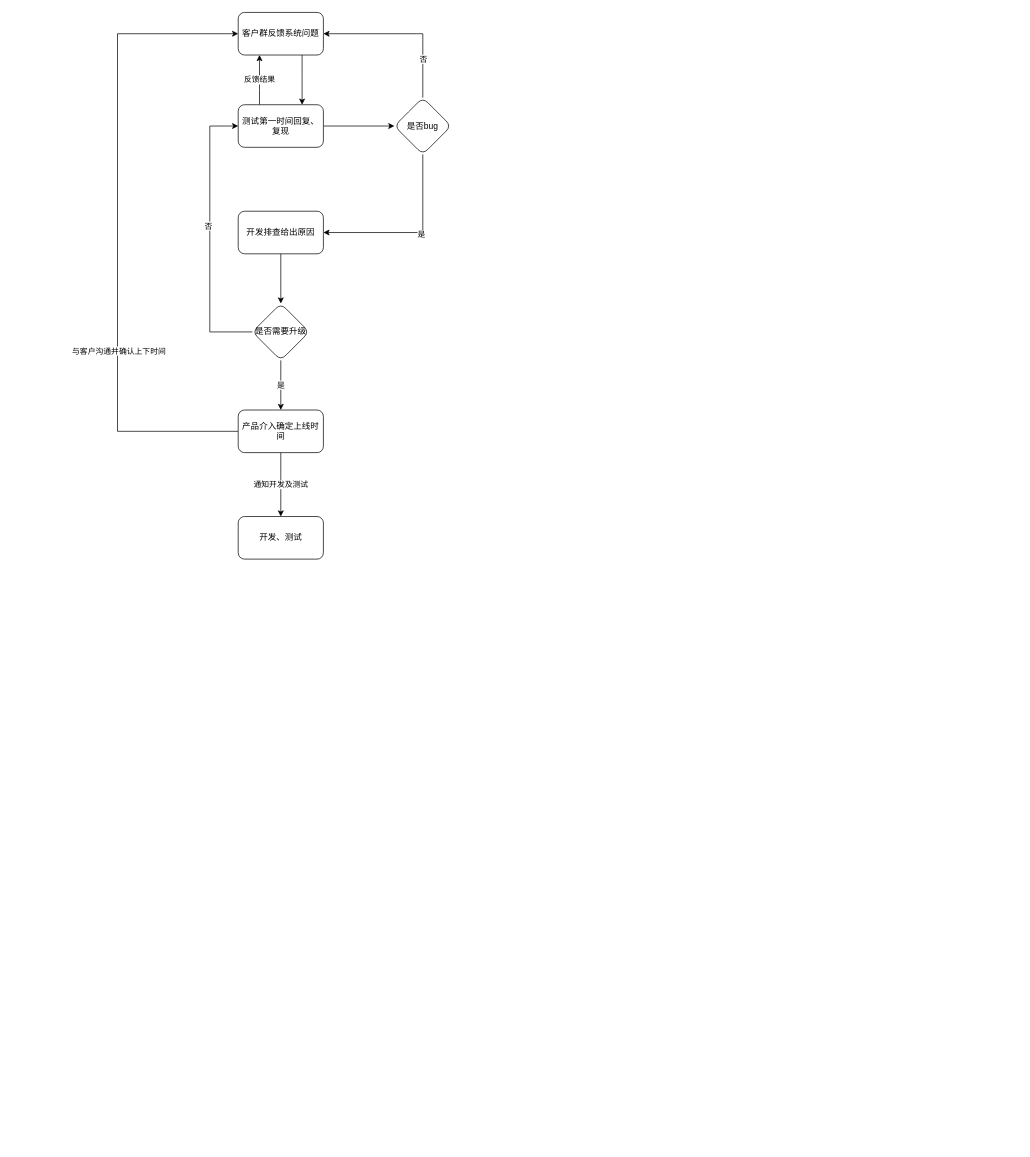
Above: 测试、开发、产品协作流程图.drawio in ammengke/my-drawio (draw.io), before the change. Source tidied: cells renumbered, new cells numbered last; positions are measured from the earlier drawing's top-left corner, leaving out a move shared by most shapes. Both pictures are drawn from the tidied source at 71%, with x=0, y=0 at pixel (117, 12).
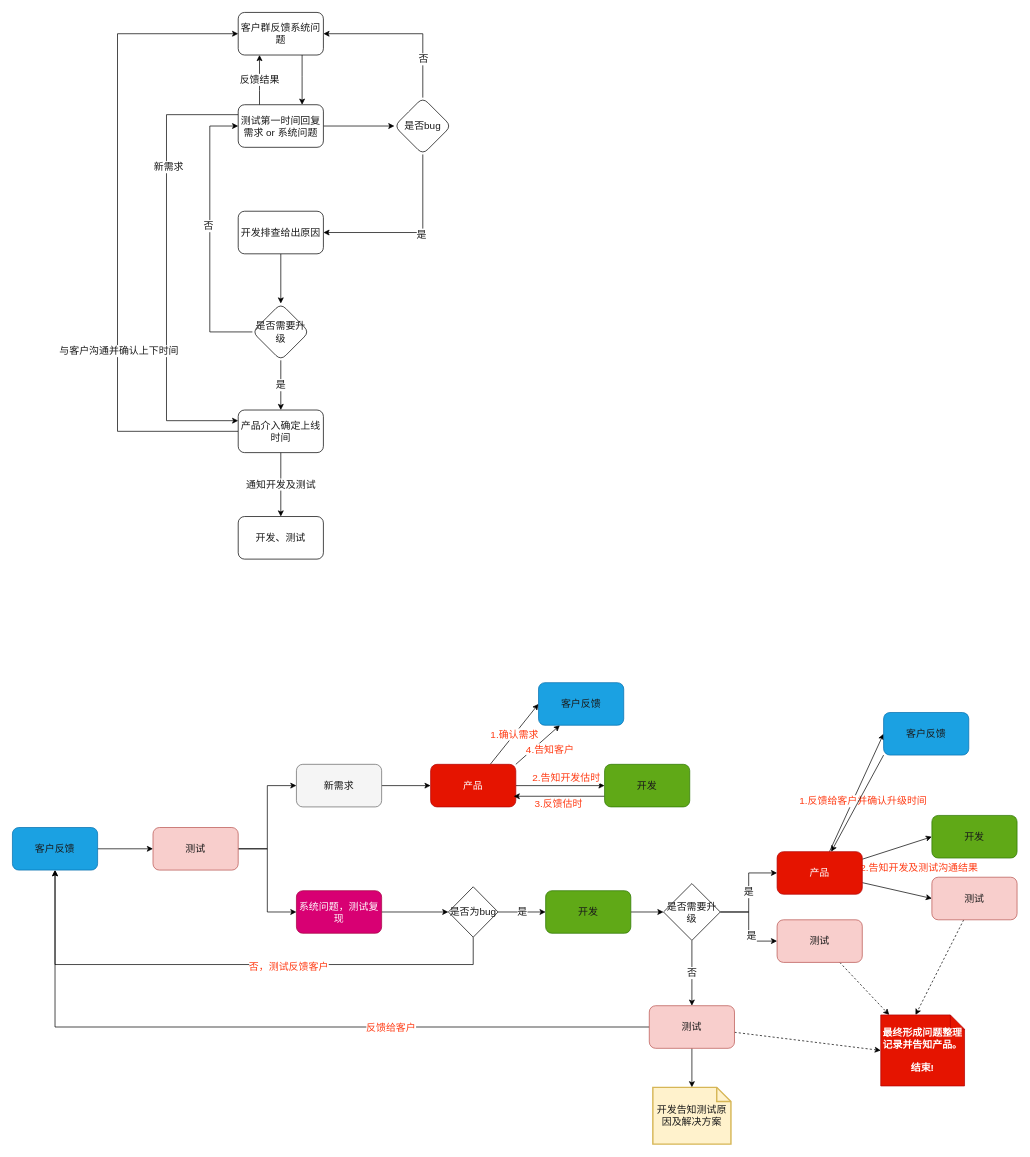
The same page after the edit.

Commit message:
Update 测试、开发、产品协作流程图.drawio

Diff of the diagram source:
```diff
@@
-    <mxCell id="2" style="edgeStyle=orthogonalEdgeStyle;rounded=0;jettySize=auto;html=1;" parent="1" edge="1" source="3" target="6">
+    <mxCell id="2" style="edgeStyle=orthogonalEdgeStyle;rounded=0;jettySize=auto;html=1;fontColor=#1A1A1A;fontSize=14;" parent="1" edge="1" source="3" target="6">
       <mxGeometry relative="1" as="geometry">
         <Array as="points">
           <mxPoint x="260" y="90" />
           <mxPoint x="260" y="90" />
         </Array>
       </mxGeometry>
     </mxCell>
-    <mxCell id="3" value="客户群反馈系统问题" style="rounded=1;whiteSpace=wrap;html=1;" parent="1" vertex="1">
+    <mxCell id="3" value="客户群反馈系统问题" style="rounded=1;whiteSpace=wrap;html=1;fontColor=#1A1A1A;fontSize=14;" parent="1" vertex="1">
       <mxGeometry x="170" width="120" height="60" as="geometry" />
     </mxCell>
-    <mxCell id="4" style="edgeStyle=orthogonalEdgeStyle;rounded=0;jettySize=auto;html=1;" parent="1" edge="1" source="6" target="13">
+    <mxCell id="4" style="edgeStyle=orthogonalEdgeStyle;rounded=0;jettySize=auto;html=1;fontColor=#1A1A1A;fontSize=14;" parent="1" edge="1" source="6" target="13">
       <mxGeometry relative="1" as="geometry" />
     </mxCell>
-    <mxCell id="5" value="反馈结果" style="edgeStyle=orthogonalEdgeStyle;rounded=0;jettySize=auto;html=1;entryX=0.25;entryY=1;entryDx=0;entryDy=0;" parent="1" edge="1" source="6" target="3">
+    <mxCell id="5" value="反馈结果" style="edgeStyle=orthogonalEdgeStyle;rounded=0;jettySize=auto;html=1;entryX=0.25;entryY=1;entryDx=0;entryDy=0;fontColor=#1A1A1A;fontSize=14;" parent="1" edge="1" source="6" target="3">
       <mxGeometry relative="1" as="geometry">
         <Array as="points">
           <mxPoint x="200" y="110" />
           <mxPoint x="200" y="110" />
         </Array>
       </mxGeometry>
     </mxCell>
+    <mxCell id="23" style="edgeStyle=orthogonalEdgeStyle;rounded=0;jettySize=auto;html=1;entryX=0;entryY=0.25;entryDx=0;entryDy=0;fontColor=#1A1A1A;fontSize=14;" parent="1" edge="1" source="6" target="21">
+      <mxGeometry relative="1" as="geometry">
+        <Array as="points">
+          <mxPoint x="69" y="144" />
+          <mxPoint x="69" y="575" />
+        </Array>
+      </mxGeometry>
+    </mxCell>
+    <mxCell id="24" value="新需求" style="edgeLabel;html=1;align=center;verticalAlign=middle;fontColor=#1A1A1A;fontSize=14;" parent="23" vertex="1">
+      <mxGeometry x="-0.45" y="2" relative="1" as="geometry" />
+    </mxCell>
-    <mxCell id="6" value="测试第一时间回复、复现" style="rounded=1;whiteSpace=wrap;html=1;" parent="1" vertex="1">
+    <mxCell id="6" value="测试第一时间回复&lt;br style=&quot;font-size: 14px;&quot;&gt;&lt;font style=&quot;font-size: 14px;&quot;&gt;需求 or 系统问题&lt;/font&gt;" style="rounded=1;whiteSpace=wrap;html=1;fontColor=#1A1A1A;fontSize=14;" parent="1" vertex="1">
       <mxGeometry x="170" y="130" width="120" height="60" as="geometry" />
     </mxCell>
-    <mxCell id="7" style="edgeStyle=orthogonalEdgeStyle;rounded=0;jettySize=auto;html=1;" parent="1" edge="1" source="8" target="17">
+    <mxCell id="7" style="edgeStyle=orthogonalEdgeStyle;rounded=0;jettySize=auto;html=1;fontColor=#1A1A1A;fontSize=14;" parent="1" edge="1" source="8" target="17">
       <mxGeometry relative="1" as="geometry" />
     </mxCell>
-    <mxCell id="8" value="开发排查给出原因" style="rounded=1;whiteSpace=wrap;html=1;" parent="1" vertex="1">
+    <mxCell id="8" value="开发排查给出原因" style="rounded=1;whiteSpace=wrap;html=1;fontColor=#1A1A1A;fontSize=14;" parent="1" vertex="1">
       <mxGeometry x="170" y="280" width="120" height="60" as="geometry" />
     </mxCell>
-    <mxCell id="9" style="edgeStyle=orthogonalEdgeStyle;rounded=0;jettySize=auto;html=1;" parent="1" edge="1" source="13" target="8">
+    <mxCell id="9" style="edgeStyle=orthogonalEdgeStyle;rounded=0;jettySize=auto;html=1;fontColor=#1A1A1A;fontSize=14;" parent="1" edge="1" source="13" target="8">
       <mxGeometry relative="1" as="geometry">
         <Array as="points">
           <mxPoint x="430" y="310" />
         </Array>
       </mxGeometry>
     </mxCell>
-    <mxCell id="10" value="是" style="edgeLabel;html=1;align=center;verticalAlign=middle;" parent="9" vertex="1">
+    <mxCell id="10" value="是" style="edgeLabel;html=1;align=center;verticalAlign=middle;fontColor=#1A1A1A;fontSize=14;" parent="9" vertex="1">
       <mxGeometry x="-0.1" y="2" relative="1" as="geometry" />
     </mxCell>
-    <mxCell id="11" style="edgeStyle=orthogonalEdgeStyle;rounded=0;jettySize=auto;html=1;entryX=1;entryY=0.5;entryDx=0;entryDy=0;" parent="1" edge="1" source="13" target="3">
+    <mxCell id="11" style="edgeStyle=orthogonalEdgeStyle;rounded=0;jettySize=auto;html=1;entryX=1;entryY=0.5;entryDx=0;entryDy=0;fontColor=#1A1A1A;fontSize=14;" parent="1" edge="1" source="13" target="3">
       <mxGeometry relative="1" as="geometry">
         <Array as="points">
           <mxPoint x="430" y="30" />
         </Array>
       </mxGeometry>
     </mxCell>
-    <mxCell id="12" value="否" style="edgeLabel;html=1;align=center;verticalAlign=middle;" parent="11" vertex="1">
+    <mxCell id="12" value="否" style="edgeLabel;html=1;align=center;verticalAlign=middle;fontColor=#1A1A1A;fontSize=14;" parent="11" vertex="1">
       <mxGeometry x="-0.52" relative="1" as="geometry" />
     </mxCell>
-    <mxCell id="13" value="是否bug" style="rhombus;whiteSpace=wrap;html=1;rounded=1;" parent="1" vertex="1">
+    <mxCell id="13" value="是否bug" style="rhombus;whiteSpace=wrap;html=1;rounded=1;fontColor=#1A1A1A;fontSize=14;" parent="1" vertex="1">
       <mxGeometry x="390" y="120" width="80" height="80" as="geometry" />
     </mxCell>
-    <mxCell id="14" style="edgeStyle=orthogonalEdgeStyle;rounded=0;jettySize=auto;html=1;entryX=0;entryY=0.5;entryDx=0;entryDy=0;" parent="1" edge="1" source="17" target="6">
+    <mxCell id="14" style="edgeStyle=orthogonalEdgeStyle;rounded=0;jettySize=auto;html=1;entryX=0;entryY=0.5;entryDx=0;entryDy=0;fontColor=#1A1A1A;fontSize=14;" parent="1" edge="1" source="17" target="6">
       <mxGeometry relative="1" as="geometry">
         <Array as="points">
           <mxPoint x="130" y="450" />
           <mxPoint x="130" y="160" />
         </Array>
       </mxGeometry>
     </mxCell>
-    <mxCell id="15" value="否" style="edgeLabel;html=1;align=center;verticalAlign=middle;" parent="14" vertex="1">
+    <mxCell id="15" value="否" style="edgeLabel;html=1;align=center;verticalAlign=middle;fontColor=#1A1A1A;fontSize=14;" parent="14" vertex="1">
       <mxGeometry x="-0.36" y="3" relative="1" as="geometry">
         <mxPoint y="-85" as="offset" />
       </mxGeometry>
     </mxCell>
-    <mxCell id="16" value="是" style="edgeStyle=orthogonalEdgeStyle;rounded=0;jettySize=auto;html=1;" parent="1" edge="1" source="17" target="21">
+    <mxCell id="16" value="是" style="edgeStyle=orthogonalEdgeStyle;rounded=0;jettySize=auto;html=1;fontColor=#1A1A1A;fontSize=14;" parent="1" edge="1" source="17" target="21">
       <mxGeometry relative="1" as="geometry" />
     </mxCell>
-    <mxCell id="17" value="是否需要升级" style="rhombus;whiteSpace=wrap;html=1;rounded=1;" parent="1" vertex="1">
+    <mxCell id="17" value="是否需要升级" style="rhombus;whiteSpace=wrap;html=1;rounded=1;fontColor=#1A1A1A;fontSize=14;" parent="1" vertex="1">
       <mxGeometry x="190" y="410" width="80" height="80" as="geometry" />
     </mxCell>
-    <mxCell id="18" style="edgeStyle=orthogonalEdgeStyle;rounded=0;jettySize=auto;html=1;entryX=0;entryY=0.5;entryDx=0;entryDy=0;" parent="1" edge="1" source="21" target="3">
+    <mxCell id="18" style="edgeStyle=orthogonalEdgeStyle;rounded=0;jettySize=auto;html=1;entryX=0;entryY=0.5;entryDx=0;entryDy=0;fontColor=#1A1A1A;fontSize=14;" parent="1" edge="1" source="21" target="3">
       <mxGeometry relative="1" as="geometry">
         <Array as="points">
           <mxPoint y="590" />
           <mxPoint y="30" />
         </Array>
       </mxGeometry>
     </mxCell>
-    <mxCell id="19" value="与客户沟通并确认上下时间" style="edgeLabel;html=1;align=center;verticalAlign=middle;" parent="18" vertex="1">
+    <mxCell id="19" value="与客户沟通并确认上下时间" style="edgeLabel;html=1;align=center;verticalAlign=middle;fontColor=#1A1A1A;fontSize=14;" parent="18" vertex="1">
       <mxGeometry x="-0.37" y="-1" relative="1" as="geometry" />
     </mxCell>
-    <mxCell id="20" value="通知开发及测试" style="edgeStyle=orthogonalEdgeStyle;rounded=0;jettySize=auto;html=1;" parent="1" edge="1" source="21" target="22">
+    <mxCell id="20" value="通知开发及测试" style="edgeStyle=orthogonalEdgeStyle;rounded=0;jettySize=auto;html=1;fontColor=#1A1A1A;fontSize=14;" parent="1" edge="1" source="21" target="22">
       <mxGeometry relative="1" as="geometry" />
     </mxCell>
-    <mxCell id="21" value="产品介入确定上线时间" style="rounded=1;whiteSpace=wrap;html=1;" parent="1" vertex="1">
+    <mxCell id="21" value="产品介入确定上线时间" style="rounded=1;whiteSpace=wrap;html=1;fontColor=#1A1A1A;fontSize=14;" parent="1" vertex="1">
       <mxGeometry x="170" y="560" width="120" height="60" as="geometry" />
     </mxCell>
-    <mxCell id="22" value="开发、测试" style="rounded=1;whiteSpace=wrap;html=1;" parent="1" vertex="1">
+    <mxCell id="22" value="开发、测试" style="rounded=1;whiteSpace=wrap;html=1;fontColor=#1A1A1A;fontSize=14;" parent="1" vertex="1">
       <mxGeometry x="170" y="710" width="120" height="60" as="geometry" />
     </mxCell>
+    <mxCell id="25" style="edgeStyle=orthogonalEdgeStyle;rounded=0;jettySize=auto;html=1;fontColor=#1A1A1A;fontSize=14;" parent="1" edge="1" source="26" target="29">
+      <mxGeometry relative="1" as="geometry" />
+    </mxCell>
+    <mxCell id="26" value="客户反馈" style="rounded=1;whiteSpace=wrap;html=1;fontColor=#1A1A1A;fillColor=#1ba1e2;strokeColor=#006EAF;fontSize=14;" parent="1" vertex="1">
+      <mxGeometry x="-148" y="1148" width="120" height="60" as="geometry" />
+    </mxCell>
+    <mxCell id="27" style="edgeStyle=orthogonalEdgeStyle;rounded=0;jettySize=auto;html=1;entryX=0;entryY=0.5;entryDx=0;entryDy=0;fontColor=#1A1A1A;fontSize=14;" parent="1" edge="1" source="29" target="31">
+      <mxGeometry relative="1" as="geometry" />
+    </mxCell>
+    <mxCell id="28" style="edgeStyle=orthogonalEdgeStyle;rounded=0;jettySize=auto;html=1;entryX=0;entryY=0.5;entryDx=0;entryDy=0;fontColor=#1A1A1A;fontSize=14;" parent="1" edge="1" source="29" target="33">
+      <mxGeometry relative="1" as="geometry" />
+    </mxCell>
+    <mxCell id="29" value="测试" style="rounded=1;whiteSpace=wrap;html=1;fillColor=#f8cecc;strokeColor=#b85450;fontColor=#1A1A1A;fontSize=14;" parent="1" vertex="1">
+      <mxGeometry x="50" y="1148" width="120" height="60" as="geometry" />
+    </mxCell>
+    <mxCell id="30" style="edgeStyle=none;rounded=0;jettySize=auto;html=1;entryX=0;entryY=0.5;entryDx=0;entryDy=0;fontColor=#1A1A1A;fontSize=14;" parent="1" edge="1" source="31" target="67">
+      <mxGeometry relative="1" as="geometry" />
+    </mxCell>
+    <mxCell id="31" value="新需求" style="rounded=1;whiteSpace=wrap;html=1;fontColor=#1A1A1A;fillColor=#f5f5f5;strokeColor=#666666;fontSize=14;" parent="1" vertex="1">
+      <mxGeometry x="252" y="1059" width="120" height="60" as="geometry" />
+    </mxCell>
+    <mxCell id="32" style="edgeStyle=orthogonalEdgeStyle;rounded=0;jettySize=auto;html=1;fontColor=#1A1A1A;fontSize=14;" parent="1" edge="1" source="33" target="37">
+      <mxGeometry relative="1" as="geometry" />
+    </mxCell>
+    <mxCell id="33" value="系统问题，测试复现" style="rounded=1;whiteSpace=wrap;html=1;fontColor=#FFFFFF;fillColor=#d80073;strokeColor=#A50040;fontSize=14;" parent="1" vertex="1">
+      <mxGeometry x="252" y="1237" width="120" height="60" as="geometry" />
+    </mxCell>
+    <mxCell id="34" value="是" style="edgeStyle=orthogonalEdgeStyle;rounded=0;jettySize=auto;html=1;fontColor=#1A1A1A;fontSize=14;" parent="1" edge="1" source="37" target="39">
+      <mxGeometry relative="1" as="geometry" />
+    </mxCell>
+    <mxCell id="35" style="edgeStyle=orthogonalEdgeStyle;rounded=0;jettySize=auto;html=1;entryX=0.5;entryY=1;entryDx=0;entryDy=0;fontColor=#1A1A1A;fontSize=14;" parent="1" edge="1" source="37" target="26">
+      <mxGeometry relative="1" as="geometry">
+        <Array as="points">
+          <mxPoint x="501" y="1341" />
+          <mxPoint x="-88" y="1341" />
+        </Array>
+      </mxGeometry>
+    </mxCell>
+    <mxCell id="36" value="否，测试反馈客户" style="edgeLabel;html=1;align=center;verticalAlign=middle;fontColor=#FF3B14;fontSize=14;" parent="35" vertex="1">
+      <mxGeometry x="-0.21" y="2" relative="1" as="geometry">
+        <mxPoint x="1" as="offset" />
+      </mxGeometry>
+    </mxCell>
+    <mxCell id="37" value="是否为bug" style="rhombus;whiteSpace=wrap;html=1;fontColor=#1A1A1A;fontSize=14;" parent="1" vertex="1">
+      <mxGeometry x="466" y="1231.5" width="70" height="71" as="geometry" />
+    </mxCell>
+    <mxCell id="38" style="edgeStyle=orthogonalEdgeStyle;rounded=0;jettySize=auto;html=1;entryX=0;entryY=0.5;entryDx=0;entryDy=0;fontColor=#1A1A1A;fontSize=14;" parent="1" edge="1" source="39" target="44">
+      <mxGeometry relative="1" as="geometry" />
+    </mxCell>
+    <mxCell id="39" value="开发" style="rounded=1;whiteSpace=wrap;html=1;fontColor=#1A1A1A;fillColor=#60a917;strokeColor=#2D7600;fontSize=14;" parent="1" vertex="1">
+      <mxGeometry x="603" y="1237" width="120" height="60" as="geometry" />
+    </mxCell>
+    <mxCell id="40" value="是" style="edgeStyle=orthogonalEdgeStyle;rounded=0;jettySize=auto;html=1;entryX=0;entryY=0.5;entryDx=0;entryDy=0;fontColor=#1A1A1A;fontSize=14;" parent="1" edge="1" source="44" target="48">
+      <mxGeometry relative="1" as="geometry" />
+    </mxCell>
+    <mxCell id="41" value="否" style="edgeStyle=orthogonalEdgeStyle;rounded=0;jettySize=auto;html=1;fontColor=#1A1A1A;fontSize=14;" parent="1" edge="1" source="44" target="53">
+      <mxGeometry relative="1" as="geometry" />
+    </mxCell>
+    <mxCell id="42" style="edgeStyle=orthogonalEdgeStyle;rounded=0;jettySize=auto;html=1;entryX=0;entryY=0.5;entryDx=0;entryDy=0;fontColor=#1A1A1A;fontSize=14;" parent="1" edge="1" source="44" target="55">
+      <mxGeometry relative="1" as="geometry" />
+    </mxCell>
+    <mxCell id="43" value="是" style="edgeLabel;html=1;align=center;verticalAlign=middle;fontColor=#1A1A1A;fontSize=14;" parent="42" vertex="1">
+      <mxGeometry x="0.21" y="3" relative="1" as="geometry" />
+    </mxCell>
+    <mxCell id="44" value="是否需要升级" style="rhombus;whiteSpace=wrap;html=1;fontColor=#1A1A1A;fontSize=14;" parent="1" vertex="1">
+      <mxGeometry x="769" y="1227" width="80" height="80" as="geometry" />
+    </mxCell>
+    <mxCell id="45" value="1.反馈给客户并确认升级时间" style="rounded=0;jettySize=auto;html=1;entryX=0;entryY=0.5;entryDx=0;entryDy=0;fontColor=#FF3B14;fontSize=14;" parent="1" edge="1" source="48" target="58">
+      <mxGeometry x="-0.08" y="-13" relative="1" as="geometry" />
+    </mxCell>
+    <mxCell id="46" value="2.告知开发及测试沟通结果" style="edgeStyle=none;rounded=0;jettySize=auto;html=1;entryX=0;entryY=0.5;entryDx=0;entryDy=0;fontColor=#FF3B14;fontSize=14;" parent="1" edge="1" source="48" target="59">
+      <mxGeometry x="0.39" y="-36" relative="1" as="geometry" />
+    </mxCell>
+    <mxCell id="47" style="edgeStyle=none;rounded=0;jettySize=auto;html=1;entryX=0;entryY=0.5;entryDx=0;entryDy=0;fontColor=#1A1A1A;fontSize=14;" parent="1" edge="1" source="48" target="61">
+      <mxGeometry relative="1" as="geometry" />
+    </mxCell>
+    <mxCell id="48" value="产品" style="rounded=1;whiteSpace=wrap;html=1;fontColor=#FFFFFF;fillColor=#e51400;strokeColor=#B20000;fontSize=14;" parent="1" vertex="1">
+      <mxGeometry x="929" y="1182" width="120" height="60" as="geometry" />
+    </mxCell>
+    <mxCell id="49" style="edgeStyle=orthogonalEdgeStyle;rounded=0;jettySize=auto;html=1;fontColor=#1A1A1A;fontSize=14;" parent="1" edge="1" source="53" target="26">
+      <mxGeometry relative="1" as="geometry" />
+    </mxCell>
+    <mxCell id="50" value="反馈给客户" style="edgeLabel;html=1;align=center;verticalAlign=middle;fontColor=#FF3B14;fontSize=14;" parent="49" vertex="1">
+      <mxGeometry x="-0.31" relative="1" as="geometry" />
+    </mxCell>
+    <mxCell id="51" style="edgeStyle=orthogonalEdgeStyle;rounded=0;jettySize=auto;html=1;fontColor=#1A1A1A;fontSize=14;" parent="1" edge="1" source="53" target="56">
+      <mxGeometry relative="1" as="geometry" />
+    </mxCell>
+    <mxCell id="52" style="edgeStyle=none;rounded=0;jettySize=auto;html=1;entryX=0;entryY=0.5;entryDx=0;entryDy=0;entryPerimeter=0;fontSize=14;fontColor=#FF3B14;dashed=1;" parent="1" edge="1" source="53" target="71">
+      <mxGeometry relative="1" as="geometry" />
+    </mxCell>
+    <mxCell id="53" value="测试" style="rounded=1;whiteSpace=wrap;html=1;fillColor=#f8cecc;strokeColor=#b85450;fontColor=#1A1A1A;fontSize=14;" parent="1" vertex="1">
+      <mxGeometry x="749" y="1399" width="120" height="60" as="geometry" />
+    </mxCell>
+    <mxCell id="54" style="edgeStyle=none;rounded=0;jettySize=auto;html=1;dashed=1;fontSize=14;fontColor=#FF3B14;" parent="1" edge="1" source="55" target="71">
+      <mxGeometry relative="1" as="geometry" />
+    </mxCell>
+    <mxCell id="55" value="测试" style="rounded=1;whiteSpace=wrap;html=1;fillColor=#f8cecc;strokeColor=#b85450;fontColor=#1A1A1A;fontSize=14;" parent="1" vertex="1">
+      <mxGeometry x="929" y="1278" width="120" height="60" as="geometry" />
+    </mxCell>
+    <mxCell id="56" value="开发告知测试原因及解决方案" style="shape=note;strokeWidth=2;fontSize=14;size=20;whiteSpace=wrap;html=1;fillColor=#fff2cc;strokeColor=#d6b656;fontColor=#1A1A1A;" parent="1" vertex="1">
+      <mxGeometry x="754" y="1514" width="110" height="80" as="geometry" />
+    </mxCell>
+    <mxCell id="57" style="edgeStyle=none;rounded=0;jettySize=auto;html=1;fontColor=#1A1A1A;exitX=0;exitY=1;exitDx=0;exitDy=0;fontSize=14;" parent="1" edge="1" source="58" target="48">
+      <mxGeometry relative="1" as="geometry" />
+    </mxCell>
+    <mxCell id="58" value="客户反馈" style="rounded=1;whiteSpace=wrap;html=1;fontColor=#1A1A1A;fillColor=#1ba1e2;strokeColor=#006EAF;fontSize=14;" parent="1" vertex="1">
+      <mxGeometry x="1079" y="986" width="120" height="60" as="geometry" />
+    </mxCell>
+    <mxCell id="59" value="开发" style="rounded=1;whiteSpace=wrap;html=1;fontColor=#1A1A1A;fillColor=#60a917;strokeColor=#2D7600;fontSize=14;" parent="1" vertex="1">
+      <mxGeometry x="1147" y="1131" width="120" height="60" as="geometry" />
+    </mxCell>
+    <mxCell id="60" style="edgeStyle=none;rounded=0;jettySize=auto;html=1;entryX=0;entryY=0;entryDx=49;entryDy=0;entryPerimeter=0;fontSize=14;fontColor=#FF3B14;dashed=1;" parent="1" edge="1" source="61" target="71">
+      <mxGeometry relative="1" as="geometry" />
+    </mxCell>
+    <mxCell id="61" value="测试" style="rounded=1;whiteSpace=wrap;html=1;fillColor=#f8cecc;strokeColor=#b85450;fontColor=#1A1A1A;fontSize=14;" parent="1" vertex="1">
+      <mxGeometry x="1147" y="1218" width="120" height="60" as="geometry" />
+    </mxCell>
+    <mxCell id="62" value="1.确认需求" style="edgeStyle=none;rounded=0;jettySize=auto;html=1;entryX=0;entryY=0.5;entryDx=0;entryDy=0;fontColor=#FF3B14;fontSize=14;" parent="1" edge="1" source="67" target="68">
+      <mxGeometry relative="1" as="geometry" />
+    </mxCell>
+    <mxCell id="63" style="edgeStyle=none;rounded=0;jettySize=auto;html=1;fontColor=#1A1A1A;fontSize=14;" parent="1" edge="1" source="67" target="70">
+      <mxGeometry relative="1" as="geometry" />
+    </mxCell>
+    <mxCell id="64" value="2.告知开发估时" style="edgeLabel;html=1;align=center;verticalAlign=middle;fontColor=#FF3B14;fontSize=14;" parent="63" vertex="1">
+      <mxGeometry x="0.27" y="-5" relative="1" as="geometry">
+        <mxPoint x="-9" y="-17" as="offset" />
+      </mxGeometry>
+    </mxCell>
+    <mxCell id="65" style="edgeStyle=none;rounded=0;jettySize=auto;html=1;entryX=0.25;entryY=1;entryDx=0;entryDy=0;fontColor=#1A1A1A;exitX=1;exitY=0;exitDx=0;exitDy=0;fontSize=14;" parent="1" edge="1" source="67" target="68">
+      <mxGeometry relative="1" as="geometry" />
+    </mxCell>
+    <mxCell id="66" value="4.告知客户" style="edgeLabel;html=1;align=center;verticalAlign=middle;fontColor=#FF3B14;fontSize=14;" parent="65" vertex="1">
+      <mxGeometry x="-0.34" y="2" relative="1" as="geometry">
+        <mxPoint x="29" y="-2" as="offset" />
+      </mxGeometry>
+    </mxCell>
+    <mxCell id="67" value="产品" style="rounded=1;whiteSpace=wrap;html=1;fontColor=#FFFFFF;fillColor=#e51400;strokeColor=#B20000;fontSize=14;" parent="1" vertex="1">
+      <mxGeometry x="441" y="1059" width="120" height="60" as="geometry" />
+    </mxCell>
+    <mxCell id="68" value="客户反馈" style="rounded=1;whiteSpace=wrap;html=1;fontColor=#1A1A1A;fillColor=#1ba1e2;strokeColor=#006EAF;fontSize=14;" parent="1" vertex="1">
+      <mxGeometry x="593" y="944" width="120" height="60" as="geometry" />
+    </mxCell>
+    <mxCell id="69" value="3.反馈估时" style="edgeStyle=none;rounded=0;jettySize=auto;html=1;fontColor=#FF3B14;exitX=0;exitY=0.75;exitDx=0;exitDy=0;fontSize=14;" parent="1" edge="1" source="70">
+      <mxGeometry x="0.02" y="10" relative="1" as="geometry">
+        <mxPoint x="558" y="1104" as="targetPoint" />
+      </mxGeometry>
+    </mxCell>
+    <mxCell id="70" value="开发" style="rounded=1;whiteSpace=wrap;html=1;fontColor=#1A1A1A;fillColor=#60a917;strokeColor=#2D7600;fontSize=14;" parent="1" vertex="1">
+      <mxGeometry x="686" y="1059" width="120" height="60" as="geometry" />
+    </mxCell>
+    <mxCell id="71" value="最终形成问题整理记录并告知产品。&lt;br&gt;&lt;br&gt;结束!" style="shape=note;size=20;whiteSpace=wrap;html=1;fontColor=#ffffff;fontStyle=1;fontSize=14;fillColor=#e51400;strokeColor=#B20000;" parent="1" vertex="1">
+      <mxGeometry x="1075" y="1412" width="118" height="100" as="geometry" />
+    </mxCell>
```
